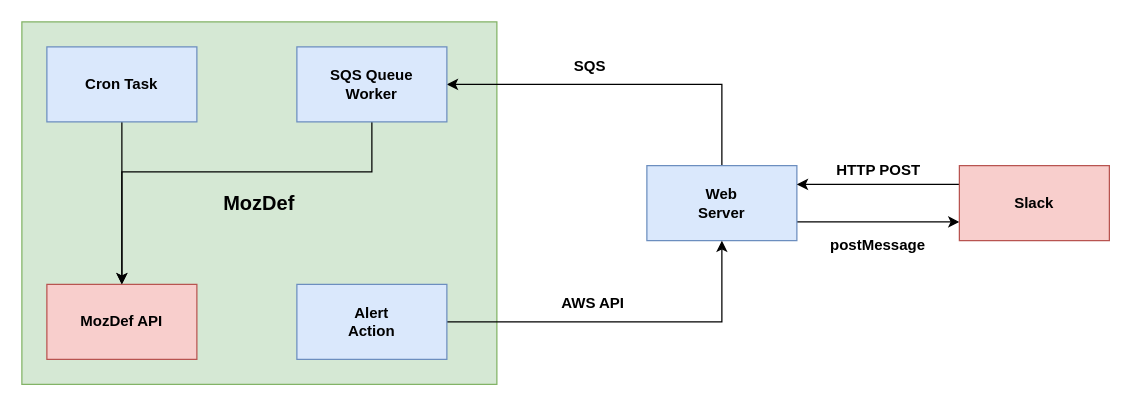
Before: docs/diagrams/bot_architecture_v0_1.drawio in mozilla/MozDef-Triage-Bot, a draw.io diagram. Source tidied: cells renumbered, new cells numbered last; positions are measured from the earlier drawing's top-left corner, leaving out a move shared by most shapes. Both pictures are drawn from the tidied source at 125%, with x=0, y=0 at pixel (21, 21).
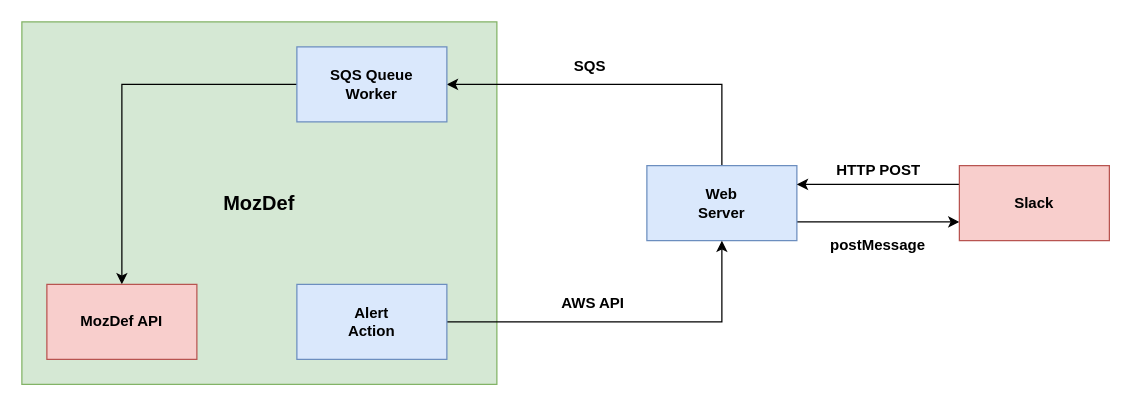
The same diagram, later.

The change refers to these unchanged cells:
```xml
<mxCell id="10" value="SQS Queue&lt;br&gt;Worker" style="rounded=0;whiteSpace=wrap;html=1;fillColor=#dae8fc;strokeColor=#6c8ebf;fontStyle=1;" parent="1" vertex="1">
  <mxGeometry x="220" y="20" width="120" height="60" as="geometry" />
</mxCell>
<mxCell id="13" value="MozDef API" style="rounded=0;whiteSpace=wrap;html=1;fillColor=#f8cecc;strokeColor=#b85450;fontStyle=1;" parent="1" vertex="1">
  <mxGeometry x="20" y="210" width="120" height="60" as="geometry" />
</mxCell>
```

The edit, as a diff of the source:
```diff
@@
-    <mxCell id="9" style="edgeStyle=orthogonalEdgeStyle;rounded=0;jettySize=auto;html=1;exitX=0.5;exitY=1;exitDx=0;exitDy=0;entryX=0.5;entryY=0;entryDx=0;entryDy=0;" parent="1" edge="1" source="10" target="13">
-      <mxGeometry relative="1" as="geometry">
-        <Array as="points">
-          <mxPoint x="280" y="120" />
-          <mxPoint x="80" y="120" />
-        </Array>
-      </mxGeometry>
+    <mxCell id="9" style="edgeStyle=orthogonalEdgeStyle;rounded=0;jettySize=auto;html=1;exitX=0;exitY=0.5;exitDx=0;exitDy=0;entryX=0.5;entryY=0;entryDx=0;entryDy=0;" parent="1" edge="1" source="10" target="13">
+      <mxGeometry relative="1" as="geometry" />
     </mxCell>
@@
-    <mxCell id="18" style="edgeStyle=orthogonalEdgeStyle;rounded=0;jettySize=auto;html=1;exitX=0.5;exitY=1;exitDx=0;exitDy=0;entryX=0.5;entryY=0;entryDx=0;entryDy=0;" parent="1" edge="1" source="19" target="13">
-      <mxGeometry relative="1" as="geometry" />
-    </mxCell>
-    <mxCell id="19" value="Cron Task" style="rounded=0;whiteSpace=wrap;html=1;fillColor=#dae8fc;strokeColor=#6c8ebf;fontStyle=1;" parent="1" vertex="1">
-      <mxGeometry x="20" y="20" width="120" height="60" as="geometry" />
-    </mxCell>
```
